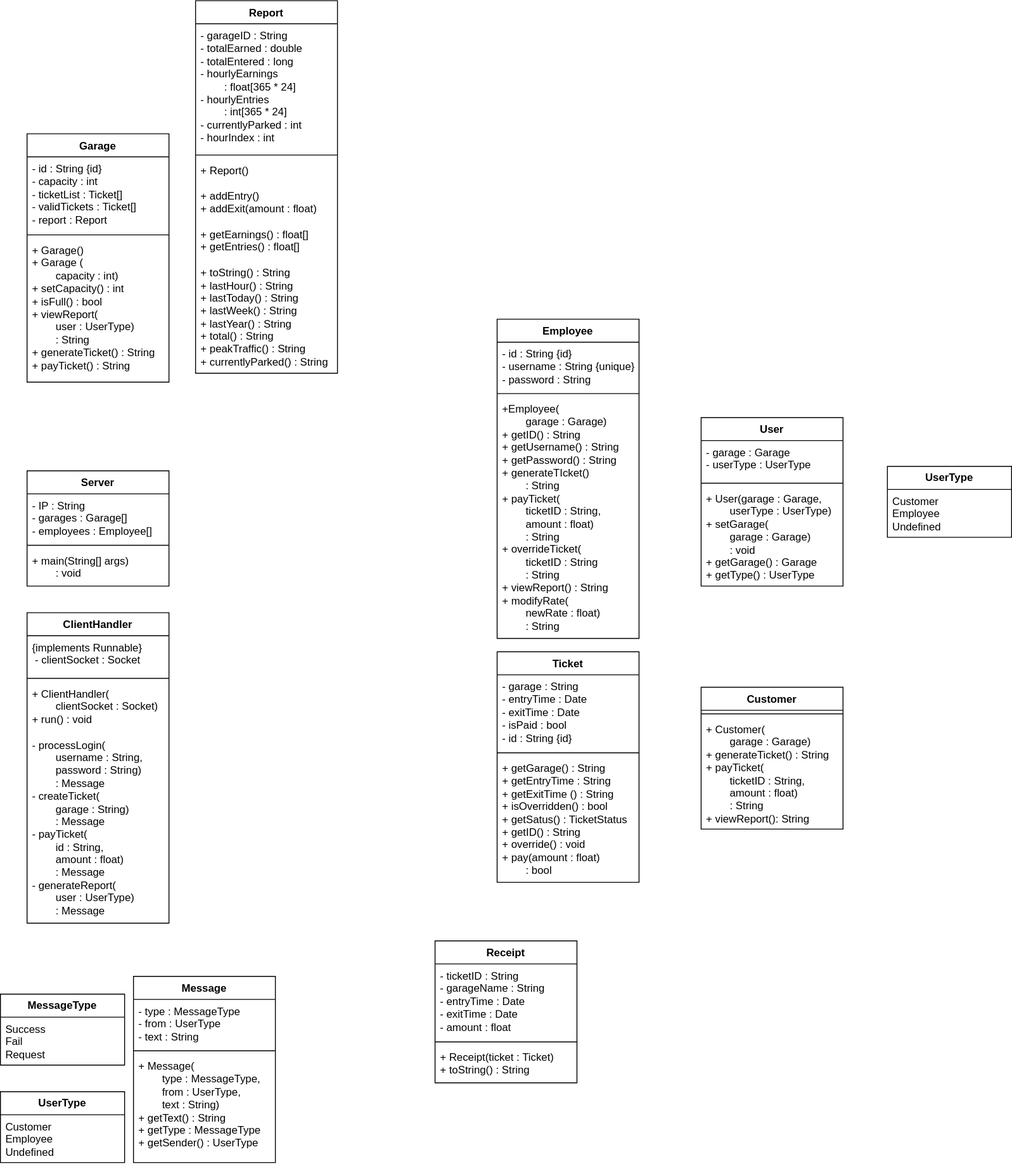
Above: design/Diagrams/Garage.svg in CSUEB-CS401-02-SP25-Group-Project-1/parking-garage-system (draw.io), before the change. Source tidied: cells renumbered, new cells last; positions are measured from the earlier drawing's top-left corner, leaving out a move shared by most shapes.
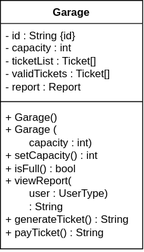
After the change.

Commit message:
Made mistake and uploaded wrong file.

Diff of the diagram source:
```diff
@@ -2,140 +2,17 @@
   <root>
     <mxCell id="0" />
     <mxCell id="1" parent="0" />
-    <mxCell id="2" value="Server" style="swimlane;fontStyle=1;align=center;verticalAlign=top;horizontal=1;startSize=26;whiteSpace=wrap;html=1;" parent="1" vertex="1">
-      <mxGeometry x="30" y="530" width="160" height="130" as="geometry" />
-    </mxCell>
-    <mxCell id="3" value="&lt;div&gt;- IP : String&lt;/div&gt;&lt;div&gt;- garages : Garage[]&lt;/div&gt;&lt;div&gt;- employees : Employee[]&lt;/div&gt;" style="text;strokeColor=none;fillColor=none;align=left;verticalAlign=top;spacingLeft=4;spacingRight=4;overflow=hidden;whiteSpace=wrap;html=1;" parent="2" vertex="1">
-      <mxGeometry y="26" width="160" height="54" as="geometry" />
-    </mxCell>
-    <mxCell id="4" style="line;strokeWidth=1;fillColor=none;align=left;verticalAlign=middle;spacingTop=-1;spacingLeft=3;spacingRight=3;labelPosition=right;strokeColor=inherit;" parent="2" vertex="1">
-      <mxGeometry y="80" width="160" height="8" as="geometry" />
-    </mxCell>
-    <mxCell id="5" value="&lt;div&gt;+ main(String[] args)&lt;/div&gt;&lt;div&gt;&lt;span style=&quot;white-space: pre;&quot;&gt;&#9;&lt;/span&gt;: void&lt;/div&gt;" style="text;strokeColor=none;fillColor=none;align=left;verticalAlign=top;spacingLeft=4;spacingRight=4;overflow=hidden;whiteSpace=wrap;html=1;" parent="2" vertex="1">
-      <mxGeometry y="88" width="160" height="42" as="geometry" />
-    </mxCell>
-    <mxCell id="6" value="ClientHandler" style="swimlane;fontStyle=1;align=center;verticalAlign=top;horizontal=1;startSize=26;whiteSpace=wrap;html=1;" parent="1" vertex="1">
-      <mxGeometry x="30" y="690" width="160" height="350" as="geometry" />
-    </mxCell>
-    <mxCell id="7" value="&lt;div&gt;{implements Runnable}&lt;/div&gt;&lt;div&gt;&amp;nbsp;- clientSocket : Socket&lt;/div&gt;" style="text;strokeColor=none;fillColor=none;align=left;verticalAlign=top;spacingLeft=4;spacingRight=4;overflow=hidden;whiteSpace=wrap;html=1;" parent="6" vertex="1">
-      <mxGeometry y="26" width="160" height="44" as="geometry" />
-    </mxCell>
-    <mxCell id="8" style="line;strokeWidth=1;fillColor=none;align=left;verticalAlign=middle;spacingTop=-1;spacingLeft=3;spacingRight=3;labelPosition=right;strokeColor=inherit;" parent="6" vertex="1">
-      <mxGeometry y="70" width="160" height="8" as="geometry" />
-    </mxCell>
-    <mxCell id="9" value="&lt;div&gt;+ ClientHandler(&lt;/div&gt;&lt;div&gt;&lt;span style=&quot;white-space: pre;&quot;&gt;&#9;&lt;/span&gt;clientSocket : Socket)&lt;/div&gt;&lt;div&gt;+ run() : void&lt;/div&gt;&lt;div&gt;&lt;br&gt;&lt;/div&gt;&lt;div&gt;- processLogin(&lt;/div&gt;&lt;div&gt;&lt;span style=&quot;white-space: pre;&quot;&gt;&#9;&lt;/span&gt;username : String,&lt;/div&gt;&lt;div&gt;&lt;span style=&quot;white-space: pre;&quot;&gt;&#9;&lt;/span&gt;password : String)&lt;/div&gt;&lt;div&gt;&lt;span style=&quot;white-space: pre;&quot;&gt;&#9;&lt;/span&gt;: Message&lt;/div&gt;&lt;div&gt;- createTicket(&lt;/div&gt;&lt;div&gt;&lt;span style=&quot;white-space: pre;&quot;&gt;&#9;&lt;/span&gt;garage : String)&lt;/div&gt;&lt;div&gt;&lt;span style=&quot;white-space: pre;&quot;&gt;&#9;&lt;/span&gt;: Message&lt;/div&gt;&lt;div&gt;- payTicket(&lt;/div&gt;&lt;div&gt;&lt;span style=&quot;white-space: pre;&quot;&gt;&#9;&lt;/span&gt;id : String,&lt;/div&gt;&lt;div&gt;&lt;span style=&quot;white-space: pre;&quot;&gt;&#9;&lt;/span&gt;amount : float)&lt;/div&gt;&lt;div&gt;&lt;span style=&quot;white-space: pre;&quot;&gt;&#9;&lt;/span&gt;: Message&lt;/div&gt;&lt;div&gt;- generateReport(&lt;/div&gt;&lt;div&gt;&lt;span style=&quot;white-space: pre;&quot;&gt;&#9;&lt;/span&gt;user : UserType)&lt;/div&gt;&lt;div&gt;&lt;span style=&quot;white-space: pre;&quot;&gt;&#9;&lt;/span&gt;: Message&lt;/div&gt;" style="text;strokeColor=none;fillColor=none;align=left;verticalAlign=top;spacingLeft=4;spacingRight=4;overflow=hidden;whiteSpace=wrap;html=1;" parent="6" vertex="1">
-      <mxGeometry y="78" width="160" height="272" as="geometry" />
-    </mxCell>
-    <mxCell id="10" value="Ticket" style="swimlane;fontStyle=1;align=center;verticalAlign=top;horizontal=1;startSize=26;whiteSpace=wrap;html=1;" parent="1" vertex="1">
-      <mxGeometry x="560" y="734" width="160" height="260" as="geometry" />
-    </mxCell>
-    <mxCell id="11" value="&lt;div&gt;- garage : String&lt;/div&gt;&lt;div&gt;- entryTime : Date&lt;/div&gt;&lt;div&gt;- exitTime : Date&lt;/div&gt;&lt;div&gt;- isPaid : bool&lt;/div&gt;&lt;div&gt;- id : String {id}&lt;/div&gt;" style="text;strokeColor=none;fillColor=none;align=left;verticalAlign=top;spacingLeft=4;spacingRight=4;overflow=hidden;whiteSpace=wrap;html=1;" parent="10" vertex="1">
-      <mxGeometry y="26" width="160" height="84" as="geometry" />
-    </mxCell>
-    <mxCell id="12" style="line;strokeWidth=1;fillColor=none;align=left;verticalAlign=middle;spacingTop=-1;spacingLeft=3;spacingRight=3;labelPosition=right;strokeColor=inherit;" parent="10" vertex="1">
-      <mxGeometry y="110" width="160" height="8" as="geometry" />
-    </mxCell>
-    <mxCell id="13" value="&lt;div&gt;+ getGarage() : String&lt;/div&gt;&lt;div&gt;+ getEntryTime : String&lt;/div&gt;&lt;div&gt;+ getExitTime () : String&lt;/div&gt;&lt;div&gt;+ isOverridden() : bool&lt;/div&gt;&lt;div&gt;+ getSatus() : TicketStatus&lt;/div&gt;&lt;div&gt;+ getID() : String&lt;/div&gt;&lt;div&gt;+ override() : void&lt;/div&gt;&lt;div&gt;+ pay(amount : float)&lt;/div&gt;&lt;div&gt;&lt;span style=&quot;white-space: pre;&quot;&gt;&#9;&lt;/span&gt;: bool&lt;/div&gt;" style="text;strokeColor=none;fillColor=none;align=left;verticalAlign=top;spacingLeft=4;spacingRight=4;overflow=hidden;whiteSpace=wrap;html=1;" parent="10" vertex="1">
-      <mxGeometry y="118" width="160" height="142" as="geometry" />
-    </mxCell>
-    <mxCell id="14" value="&lt;b&gt;UserType&lt;/b&gt;" style="swimlane;fontStyle=0;horizontal=1;startSize=26;fillColor=none;whiteSpace=wrap;html=1;" parent="1" vertex="1">
-      <mxGeometry y="1230" width="140" height="80" as="geometry" />
-    </mxCell>
-    <mxCell id="15" value="&lt;div&gt;Customer&lt;/div&gt;&lt;div&gt;Employee&lt;/div&gt;&lt;div&gt;Undefined&lt;/div&gt;" style="text;strokeColor=none;fillColor=none;align=left;verticalAlign=top;spacingLeft=4;spacingRight=4;overflow=hidden;whiteSpace=wrap;html=1;" parent="14" vertex="1">
-      <mxGeometry y="26" width="140" height="54" as="geometry" />
-    </mxCell>
-    <mxCell id="16" value="Message" style="swimlane;fontStyle=1;align=center;verticalAlign=top;horizontal=1;startSize=26;whiteSpace=wrap;html=1;" parent="1" vertex="1">
-      <mxGeometry x="150" y="1100" width="160" height="210" as="geometry" />
-    </mxCell>
-    <mxCell id="17" value="&lt;div&gt;- type : MessageType&lt;/div&gt;&lt;div&gt;- from : UserType&lt;/div&gt;&lt;div&gt;- text : String&lt;/div&gt;" style="text;strokeColor=none;fillColor=none;align=left;verticalAlign=top;spacingLeft=4;spacingRight=4;overflow=hidden;whiteSpace=wrap;html=1;" parent="16" vertex="1">
-      <mxGeometry y="26" width="160" height="54" as="geometry" />
-    </mxCell>
-    <mxCell id="18" style="line;strokeWidth=1;fillColor=none;align=left;verticalAlign=middle;spacingTop=-1;spacingLeft=3;spacingRight=3;labelPosition=right;strokeColor=inherit;" parent="16" vertex="1">
-      <mxGeometry y="80" width="160" height="8" as="geometry" />
-    </mxCell>
-    <mxCell id="19" value="&lt;div&gt;+ Message(&lt;/div&gt;&lt;div&gt;&lt;span style=&quot;white-space: pre;&quot;&gt;&#9;&lt;/span&gt;type : MessageType,&lt;/div&gt;&lt;div&gt;&lt;span style=&quot;white-space: pre;&quot;&gt;&#9;&lt;/span&gt;from : UserType,&lt;/div&gt;&lt;div&gt;&lt;span style=&quot;white-space: pre;&quot;&gt;&#9;&lt;/span&gt;text : String)&lt;/div&gt;&lt;div&gt;+ getText() : String&lt;/div&gt;&lt;div&gt;+ getType : MessageType&lt;/div&gt;&lt;div&gt;+ getSender() : UserType&lt;/div&gt;" style="text;strokeColor=none;fillColor=none;align=left;verticalAlign=top;spacingLeft=4;spacingRight=4;overflow=hidden;whiteSpace=wrap;html=1;" parent="16" vertex="1">
-      <mxGeometry y="88" width="160" height="122" as="geometry" />
-    </mxCell>
-    <mxCell id="20" value="&lt;b&gt;MessageType&lt;/b&gt;" style="swimlane;fontStyle=0;horizontal=1;startSize=26;fillColor=none;whiteSpace=wrap;html=1;" parent="1" vertex="1">
-      <mxGeometry y="1120" width="140" height="80" as="geometry" />
-    </mxCell>
-    <mxCell id="21" value="&lt;div&gt;Success&lt;/div&gt;&lt;div&gt;Fail&lt;/div&gt;&lt;div&gt;Request&lt;/div&gt;" style="text;strokeColor=none;fillColor=none;align=left;verticalAlign=top;spacingLeft=4;spacingRight=4;overflow=hidden;whiteSpace=wrap;html=1;" parent="20" vertex="1">
-      <mxGeometry y="26" width="140" height="54" as="geometry" />
-    </mxCell>
-    <mxCell id="22" value="Receipt" style="swimlane;fontStyle=1;align=center;verticalAlign=top;horizontal=1;startSize=26;whiteSpace=wrap;html=1;" parent="1" vertex="1">
-      <mxGeometry x="490" y="1060" width="160" height="160" as="geometry" />
-    </mxCell>
-    <mxCell id="23" value="&lt;div&gt;- ticketID : String&lt;/div&gt;&lt;div&gt;- garageName : String&lt;/div&gt;&lt;div&gt;- entryTime : Date&lt;/div&gt;&lt;div&gt;- exitTime : Date&lt;/div&gt;&lt;div&gt;- amount : float&lt;/div&gt;" style="text;strokeColor=none;fillColor=none;align=left;verticalAlign=top;spacingLeft=4;spacingRight=4;overflow=hidden;whiteSpace=wrap;html=1;" parent="22" vertex="1">
-      <mxGeometry y="26" width="160" height="84" as="geometry" />
-    </mxCell>
-    <mxCell id="24" style="line;strokeWidth=1;fillColor=none;align=left;verticalAlign=middle;spacingTop=-1;spacingLeft=3;spacingRight=3;labelPosition=right;strokeColor=inherit;" parent="22" vertex="1">
-      <mxGeometry y="110" width="160" height="8" as="geometry" />
-    </mxCell>
-    <mxCell id="25" value="+ Receipt(ticket : Ticket)&lt;div&gt;+ toString() : String&lt;/div&gt;" style="text;strokeColor=none;fillColor=none;align=left;verticalAlign=top;spacingLeft=4;spacingRight=4;overflow=hidden;whiteSpace=wrap;html=1;" parent="22" vertex="1">
-      <mxGeometry y="118" width="160" height="42" as="geometry" />
-    </mxCell>
-    <mxCell id="26" value="Customer" style="swimlane;fontStyle=1;align=center;verticalAlign=top;horizontal=1;startSize=26;whiteSpace=wrap;html=1;" parent="1" vertex="1">
-      <mxGeometry x="790" y="774" width="160" height="160" as="geometry" />
-    </mxCell>
-    <mxCell id="27" value="&#10;" style="line;strokeWidth=1;fillColor=none;align=left;verticalAlign=middle;spacingTop=-1;spacingLeft=3;spacingRight=3;labelPosition=right;strokeColor=inherit;" parent="26" vertex="1">
-      <mxGeometry y="26" width="160" height="8" as="geometry" />
-    </mxCell>
-    <mxCell id="28" value="&lt;div&gt;+ Customer(&lt;/div&gt;&lt;div&gt;&lt;span style=&quot;white-space: pre;&quot;&gt;&#9;&lt;/span&gt;garage : Garage)&lt;/div&gt;&lt;div&gt;+ generateTicket() : String&lt;/div&gt;&lt;div&gt;+ payTicket(&lt;/div&gt;&lt;div&gt;&lt;span style=&quot;white-space: pre;&quot;&gt;&#9;&lt;/span&gt;ticketID : String,&lt;/div&gt;&lt;div&gt;&lt;span style=&quot;white-space: pre;&quot;&gt;&#9;&lt;/span&gt;amount : float)&lt;/div&gt;&lt;div&gt;&lt;span style=&quot;white-space: pre;&quot;&gt;&#9;&lt;/span&gt;: String&lt;/div&gt;&lt;div&gt;+ viewReport(): String&lt;/div&gt;" style="text;strokeColor=none;fillColor=none;align=left;verticalAlign=top;spacingLeft=4;spacingRight=4;overflow=hidden;whiteSpace=wrap;html=1;" parent="26" vertex="1">
-      <mxGeometry y="34" width="160" height="126" as="geometry" />
-    </mxCell>
-    <mxCell id="29" value="User" style="swimlane;fontStyle=1;align=center;verticalAlign=top;horizontal=1;startSize=26;whiteSpace=wrap;html=1;" parent="1" vertex="1">
-      <mxGeometry x="790" y="470" width="160" height="190" as="geometry" />
-    </mxCell>
-    <mxCell id="30" value="&lt;div&gt;- garage : Garage&lt;/div&gt;&lt;div&gt;- userType : UserType&lt;/div&gt;" style="text;strokeColor=none;fillColor=none;align=left;verticalAlign=top;spacingLeft=4;spacingRight=4;overflow=hidden;whiteSpace=wrap;html=1;" parent="29" vertex="1">
-      <mxGeometry y="26" width="160" height="44" as="geometry" />
-    </mxCell>
-    <mxCell id="31" style="line;strokeWidth=1;fillColor=none;align=left;verticalAlign=middle;spacingTop=-1;spacingLeft=3;spacingRight=3;labelPosition=right;strokeColor=inherit;" parent="29" vertex="1">
-      <mxGeometry y="70" width="160" height="8" as="geometry" />
-    </mxCell>
-    <mxCell id="32" value="&lt;div&gt;+ User(garage : Garage,&lt;/div&gt;&lt;div&gt;&lt;span style=&quot;white-space: pre;&quot;&gt;&#9;&lt;/span&gt;userType : UserType)&lt;/div&gt;&lt;div&gt;+ setGarage(&lt;/div&gt;&lt;div&gt;&lt;span style=&quot;white-space: pre;&quot;&gt;&#9;&lt;/span&gt;garage : Garage)&lt;/div&gt;&lt;div&gt;&lt;span style=&quot;white-space: pre;&quot;&gt;&#9;&lt;/span&gt;: void&lt;/div&gt;&lt;div&gt;+ getGarage() : Garage&lt;/div&gt;&lt;div&gt;+ getType() : UserType&lt;/div&gt;" style="text;strokeColor=none;fillColor=none;align=left;verticalAlign=top;spacingLeft=4;spacingRight=4;overflow=hidden;whiteSpace=wrap;html=1;" parent="29" vertex="1">
-      <mxGeometry y="78" width="160" height="112" as="geometry" />
-    </mxCell>
-    <mxCell id="33" value="&lt;b&gt;UserType&lt;/b&gt;" style="swimlane;fontStyle=0;horizontal=1;startSize=26;fillColor=none;whiteSpace=wrap;html=1;" parent="1" vertex="1">
-      <mxGeometry x="1000" y="525" width="140" height="80" as="geometry" />
-    </mxCell>
-    <mxCell id="34" value="&lt;div&gt;Customer&lt;/div&gt;&lt;div&gt;Employee&lt;/div&gt;&lt;div&gt;Undefined&lt;/div&gt;" style="text;strokeColor=none;fillColor=none;align=left;verticalAlign=top;spacingLeft=4;spacingRight=4;overflow=hidden;whiteSpace=wrap;html=1;" parent="33" vertex="1">
-      <mxGeometry y="26" width="140" height="54" as="geometry" />
-    </mxCell>
-    <mxCell id="35" value="Employee" style="swimlane;fontStyle=1;align=center;verticalAlign=top;horizontal=1;startSize=26;whiteSpace=wrap;html=1;" parent="1" vertex="1">
-      <mxGeometry x="560" y="359" width="160" height="360" as="geometry" />
-    </mxCell>
-    <mxCell id="36" value="&lt;div&gt;- id : String {id}&lt;/div&gt;&lt;div&gt;- username : String {unique}&lt;/div&gt;&lt;div&gt;- password : String&lt;/div&gt;&lt;div&gt;&lt;br&gt;&lt;/div&gt;&lt;div&gt;&lt;br&gt;&lt;/div&gt;" style="text;strokeColor=none;fillColor=none;align=left;verticalAlign=top;spacingLeft=4;spacingRight=4;overflow=hidden;whiteSpace=wrap;html=1;" parent="35" vertex="1">
-      <mxGeometry y="26" width="160" height="54" as="geometry" />
-    </mxCell>
-    <mxCell id="37" style="line;strokeWidth=1;fillColor=none;align=left;verticalAlign=middle;spacingTop=-1;spacingLeft=3;spacingRight=3;labelPosition=right;strokeColor=inherit;" parent="35" vertex="1">
-      <mxGeometry y="80" width="160" height="8" as="geometry" />
-    </mxCell>
-    <mxCell id="38" value="&lt;div&gt;&lt;div&gt;+Employee(&lt;/div&gt;&lt;div&gt;&lt;span style=&quot;white-space: pre;&quot;&gt;&#9;&lt;/span&gt;garage : Garage)&lt;/div&gt;&lt;/div&gt;&lt;div&gt;+ getID() : String&lt;/div&gt;&lt;div&gt;+ getUsername() : String&lt;/div&gt;&lt;div&gt;+ getPassword() : String&lt;/div&gt;&lt;div&gt;+ generateTIcket()&lt;/div&gt;&lt;div&gt;&lt;span style=&quot;white-space: pre;&quot;&gt;&#9;&lt;/span&gt;: String&lt;/div&gt;&lt;div&gt;&lt;div&gt;+ payTicket(&lt;/div&gt;&lt;div&gt;&lt;span style=&quot;white-space: pre;&quot;&gt;&#9;&lt;/span&gt;ticketID : String,&lt;/div&gt;&lt;div&gt;&lt;span style=&quot;white-space: pre;&quot;&gt;&#9;&lt;/span&gt;amount : float)&lt;/div&gt;&lt;div&gt;&lt;span style=&quot;white-space: pre;&quot;&gt;&#9;&lt;/span&gt;: String&lt;/div&gt;&lt;div&gt;+ overrideTicket(&lt;/div&gt;&lt;div&gt;&lt;span style=&quot;white-space: pre;&quot;&gt;&#9;&lt;/span&gt;ticketID : String&lt;/div&gt;&lt;div&gt;&lt;span style=&quot;white-space: pre;&quot;&gt;&#9;&lt;/span&gt;: String&lt;/div&gt;&lt;div&gt;+ viewReport() : String&lt;/div&gt;&lt;/div&gt;&lt;div&gt;+ modifyRate(&lt;/div&gt;&lt;div&gt;&lt;span style=&quot;white-space: pre;&quot;&gt;&#9;&lt;/span&gt;newRate : float)&lt;/div&gt;&lt;div&gt;&lt;span style=&quot;white-space: pre;&quot;&gt;&#9;&lt;/span&gt;: String&lt;/div&gt;" style="text;strokeColor=none;fillColor=none;align=left;verticalAlign=top;spacingLeft=4;spacingRight=4;overflow=hidden;whiteSpace=wrap;html=1;" parent="35" vertex="1">
-      <mxGeometry y="88" width="160" height="272" as="geometry" />
-    </mxCell>
     <mxCell id="39" value="Garage" style="swimlane;fontStyle=1;align=center;verticalAlign=top;horizontal=1;startSize=26;whiteSpace=wrap;html=1;" parent="1" vertex="1">
       <mxGeometry x="30" y="150" width="160" height="280" as="geometry" />
     </mxCell>
     <mxCell id="40" value="- id : String {id}&lt;div&gt;- capacity : int&lt;/div&gt;&lt;div&gt;- ticketList : Ticket[]&lt;/div&gt;&lt;div&gt;- validTickets : Ticket[]&lt;/div&gt;&lt;div&gt;- report : Report&lt;/div&gt;" style="text;strokeColor=none;fillColor=none;align=left;verticalAlign=top;spacingLeft=4;spacingRight=4;overflow=hidden;whiteSpace=wrap;html=1;" parent="39" vertex="1">
       <mxGeometry y="26" width="160" height="84" as="geometry" />
     </mxCell>
-    <mxCell id="41" style="line;strokeWidth=1;fillColor=none;align=left;verticalAlign=middle;spacingTop=-1;spacingLeft=3;spacingRight=3;labelPosition=right;strokeColor=inherit;" parent="39" vertex="1">
-      <mxGeometry y="110" width="160" height="8" as="geometry" />
-    </mxCell>
+    <mxCell id="47" style="line;strokeWidth=1;fillColor=none;align=left;verticalAlign=middle;spacingTop=-1;spacingLeft=3;spacingRight=3;labelPosition=right;strokeColor=inherit;" parent="39" vertex="1">
+      <mxGeometry y="110" width="160" height="8" as="geometry" />
+    </mxCell>
     <mxCell id="42" value="&lt;div&gt;+ Garage()&lt;/div&gt;&lt;div&gt;+ Garage (&lt;/div&gt;&lt;div&gt;&lt;span style=&quot;white-space: pre;&quot;&gt;&#9;&lt;/span&gt;capacity : int)&lt;/div&gt;&lt;div&gt;+ setCapacity() : int&lt;/div&gt;&lt;div&gt;+ isFull() : bool&lt;/div&gt;&lt;div&gt;+ viewReport(&lt;/div&gt;&lt;div&gt;&lt;span style=&quot;white-space: pre;&quot;&gt;&#9;&lt;/span&gt;user : UserType)&lt;/div&gt;&lt;div&gt;&lt;span style=&quot;white-space: pre;&quot;&gt;&#9;&lt;/span&gt;: String&lt;/div&gt;&lt;div&gt;+ generateTicket() : String&lt;/div&gt;&lt;div&gt;+ payTicket() : String&lt;/div&gt;" style="text;strokeColor=none;fillColor=none;align=left;verticalAlign=top;spacingLeft=4;spacingRight=4;overflow=hidden;whiteSpace=wrap;html=1;" parent="39" vertex="1">
       <mxGeometry y="118" width="160" height="162" as="geometry" />
     </mxCell>
-    <mxCell id="43" value="Report" style="swimlane;fontStyle=1;align=center;verticalAlign=top;horizontal=1;startSize=26;whiteSpace=wrap;html=1;" parent="1" vertex="1">
-      <mxGeometry x="220" width="160" height="420" as="geometry" />
-    </mxCell>
-    <mxCell id="44" value="&lt;div&gt;- garageID : String&lt;/div&gt;&lt;div&gt;- totalEarned : double&lt;/div&gt;&lt;div&gt;- totalEntered : long&lt;/div&gt;&lt;div&gt;- hourlyEarnings&lt;/div&gt;&lt;div&gt;&lt;span style=&quot;white-space: pre;&quot;&gt;&#9;&lt;/span&gt;: float[365 * 24]&lt;/div&gt;&lt;div&gt;- hourlyEntries&lt;/div&gt;&lt;div&gt;&lt;span style=&quot;white-space: pre;&quot;&gt;&#9;&lt;/span&gt;: int[365 * 24]&lt;/div&gt;&lt;div&gt;- currentlyParked : int&lt;/div&gt;&lt;div&gt;- hourIndex : int&lt;/div&gt;" style="text;strokeColor=none;fillColor=none;align=left;verticalAlign=top;spacingLeft=4;spacingRight=4;overflow=hidden;whiteSpace=wrap;html=1;" parent="43" vertex="1">
-      <mxGeometry y="26" width="160" height="144" as="geometry" />
-    </mxCell>
-    <mxCell id="45" style="line;strokeWidth=1;fillColor=none;align=left;verticalAlign=middle;spacingTop=-1;spacingLeft=3;spacingRight=3;labelPosition=right;strokeColor=inherit;" parent="43" vertex="1">
-      <mxGeometry y="170" width="160" height="8" as="geometry" />
-    </mxCell>
-    <mxCell id="46" value="&lt;div&gt;+ Report()&lt;/div&gt;&lt;div&gt;&lt;br&gt;&lt;/div&gt;&lt;div&gt;+ addEntry()&lt;/div&gt;&lt;div&gt;+ addExit(amount : float)&lt;/div&gt;&lt;div&gt;&lt;br&gt;&lt;/div&gt;&lt;div&gt;+ getEarnings() : float[]&lt;/div&gt;&lt;div&gt;+ getEntries() : float[]&lt;/div&gt;&lt;div&gt;&lt;br&gt;&lt;/div&gt;&lt;div&gt;+ toString() : String&lt;/div&gt;&lt;div&gt;+ lastHour() : String&lt;/div&gt;&lt;div&gt;+ lastToday() : String&lt;/div&gt;&lt;div&gt;+ lastWeek() : String&lt;/div&gt;&lt;div&gt;+ lastYear() : String&lt;/div&gt;&lt;div&gt;+ total() : String&lt;/div&gt;&lt;div&gt;+ peakTraffic() : String&lt;/div&gt;&lt;div&gt;+ currentlyParked() : String&lt;/div&gt;" style="text;strokeColor=none;fillColor=none;align=left;verticalAlign=top;spacingLeft=4;spacingRight=4;overflow=hidden;whiteSpace=wrap;html=1;" parent="43" vertex="1">
-      <mxGeometry y="178" width="160" height="242" as="geometry" />
-    </mxCell>
   </root>
 </mxGraphModel>
```
